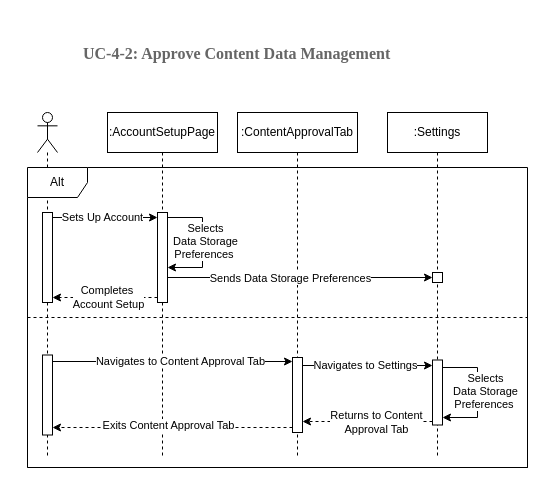
Earlier version of the draw.io diagram SENG 321/SQD4-2.drawio (amirabdullahi1/gold). Source tidied: cells renumbered, new cells numbered last; positions are measured from the earlier drawing's top-left corner, leaving out a move shared by most shapes. Both pictures are drawn from the tidied source at 100%, with x=0, y=0 at pixel (17, 17).
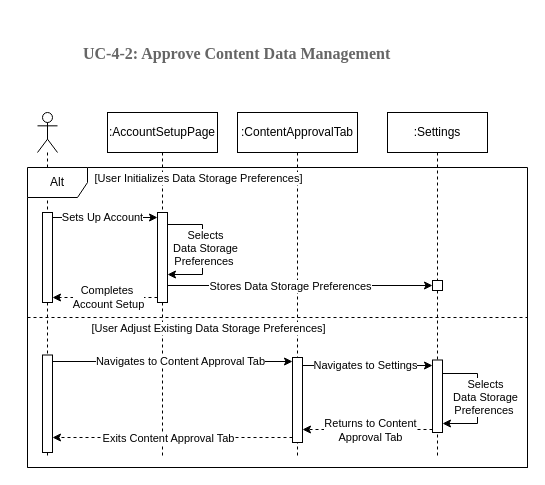
The same diagram, later.

The change refers to these unchanged cells:
```xml
<mxCell id="3" value=":ContentApprovalTab" style="shape=umlLifeline;perimeter=lifelinePerimeter;whiteSpace=wrap;html=1;newEdgeStyle={&quot;edgeStyle&quot;:&quot;elbowEdgeStyle&quot;,&quot;elbow&quot;:&quot;vertical&quot;,&quot;curved&quot;:0,&quot;rounded&quot;:0};" parent="1" vertex="1">
  <mxGeometry x="220" y="95" width="120" height="345" as="geometry" />
</mxCell>
<mxCell id="6" style="html=1;points=[[0,0,0,0,5],[0,1,0,0,-5],[1,0,0,0,5],[1,1,0,0,-5]];perimeter=orthogonalPerimeter;outlineConnect=0;targetShapes=umlLifeline;portConstraint=eastwest;newEdgeStyle={&quot;curved&quot;:0,&quot;rounded&quot;:0};" parent="5" vertex="1">
  <mxGeometry x="50" y="100" width="10" height="90" as="geometry" />
</mxCell>
<mxCell id="7" value=":Settings" style="shape=umlLifeline;perimeter=lifelinePerimeter;whiteSpace=wrap;html=1;newEdgeStyle={&quot;edgeStyle&quot;:&quot;elbowEdgeStyle&quot;,&quot;elbow&quot;:&quot;vertical&quot;,&quot;curved&quot;:0,&quot;rounded&quot;:0};" parent="1" vertex="1">
  <mxGeometry x="370" y="95" width="100" height="345" as="geometry" />
</mxCell>
<mxCell id="10" style="shape=umlLifeline;perimeter=lifelinePerimeter;whiteSpace=wrap;html=1;newEdgeStyle={&quot;curved&quot;:0,&quot;rounded&quot;:0};participant=umlActor;" parent="1" vertex="1">
  <mxGeometry x="20" y="95" width="20" height="345" as="geometry" />
</mxCell>
```

The edit, as a diff of the source:
```diff
@@
     <mxCell id="4" style="html=1;points=[[0,0,0,0,5],[0,1,0,0,-5],[1,0,0,0,5],[1,1,0,0,-5]];perimeter=orthogonalPerimeter;outlineConnect=0;targetShapes=umlLifeline;portConstraint=eastwest;newEdgeStyle={&quot;curved&quot;:0,&quot;rounded&quot;:0};" parent="3" vertex="1">
-      <mxGeometry x="55" y="245" width="10" height="75" as="geometry" />
+      <mxGeometry x="55" y="245" width="10" height="85" as="geometry" />
     </mxCell>
@@
     <mxCell id="8" style="html=1;points=[[0,0,0,0,5],[0,1,0,0,-5],[1,0,0,0,5],[1,1,0,0,-5]];perimeter=orthogonalPerimeter;outlineConnect=0;targetShapes=umlLifeline;portConstraint=eastwest;newEdgeStyle={&quot;curved&quot;:0,&quot;rounded&quot;:0};" parent="7" vertex="1">
-      <mxGeometry x="45" y="160" width="10" height="10" as="geometry" />
+      <mxGeometry x="45" y="168" width="10" height="10" as="geometry" />
     </mxCell>
     <mxCell id="9" style="html=1;perimeter=orthogonalPerimeter;targetShapes=umlLifeline;newEdgeStyle={&quot;curved&quot;:0,&quot;rounded&quot;:0};" parent="7" vertex="1">
-      <mxGeometry x="45" y="247.5" width="10" height="65" as="geometry" />
+      <mxGeometry x="45" y="247.5" width="10" height="72.5" as="geometry" />
     </mxCell>
@@
     <mxCell id="12" style="html=1;points=[[0,0,0,0,5],[0,1,0,0,-5],[1,0,0,0,5],[1,1,0,0,-5]];perimeter=orthogonalPerimeter;outlineConnect=0;targetShapes=umlLifeline;portConstraint=eastwest;newEdgeStyle={&quot;curved&quot;:0,&quot;rounded&quot;:0};" parent="10" vertex="1">
-      <mxGeometry x="5" y="242.5" width="10" height="80" as="geometry" />
+      <mxGeometry x="5" y="242.5" width="10" height="97.5" as="geometry" />
     </mxCell>
@@
-    <mxCell id="16" style="edgeStyle=orthogonalEdgeStyle;rounded=0;jettySize=auto;html=1;curved=0;" parent="1" edge="1" source="6" target="8">
+    <mxCell id="16" style="edgeStyle=orthogonalEdgeStyle;rounded=0;orthogonalLoop=1;jettySize=auto;html=1;curved=0;" parent="1" edge="1">
       <mxGeometry relative="1" as="geometry">
+        <mxPoint x="150" y="268" as="sourcePoint" />
+        <mxPoint x="415" y="268" as="targetPoint" />
         <Array as="points">
-          <mxPoint x="280" y="260" />
-          <mxPoint x="280" y="260" />
+          <mxPoint x="280" y="268" />
+          <mxPoint x="280" y="268" />
         </Array>
       </mxGeometry>
     </mxCell>
-    <mxCell id="17" value="Sends Data Storage Preferences" style="edgeLabel;html=1;align=center;verticalAlign=middle;" parent="16" vertex="1">
+    <mxCell id="17" value="Stores Data Storage Preferences" style="edgeLabel;html=1;align=center;verticalAlign=middle;" parent="16" vertex="1">
       <mxGeometry x="-0.2" relative="1" as="geometry">
         <mxPoint x="16" as="offset" />
       </mxGeometry>
     </mxCell>
@@
     <mxCell id="22" style="edgeStyle=orthogonalEdgeStyle;rounded=0;orthogonalLoop=1;jettySize=auto;html=1;curved=0;" parent="1" edge="1">
       <mxGeometry relative="1" as="geometry">
-        <mxPoint x="425" y="350" as="sourcePoint" />
-        <mxPoint x="425" y="400" as="targetPoint" />
+        <mxPoint x="425" y="356" as="sourcePoint" />
+        <mxPoint x="425" y="406" as="targetPoint" />
         <Array as="points">
-          <mxPoint x="460" y="350" />
-          <mxPoint x="460" y="400" />
+          <mxPoint x="460" y="356" />
+          <mxPoint x="460" y="406" />
         </Array>
       </mxGeometry>
     </mxCell>
@@
     <mxCell id="26" style="edgeStyle=orthogonalEdgeStyle;rounded=0;orthogonalLoop=1;jettySize=auto;html=1;curved=0;" parent="1" edge="1">
       <mxGeometry relative="1" as="geometry">
-        <mxPoint x="150" y="200" as="sourcePoint" />
-        <mxPoint x="150" y="250" as="targetPoint" />
+        <mxPoint x="150" y="207" as="sourcePoint" />
+        <mxPoint x="150" y="257" as="targetPoint" />
         <Array as="points">
-          <mxPoint x="185" y="200" />
-          <mxPoint x="185" y="250" />
+          <mxPoint x="185" y="207" />
+          <mxPoint x="185" y="257" />
         </Array>
       </mxGeometry>
     </mxCell>
@@
     <mxCell id="28" style="edgeStyle=orthogonalEdgeStyle;rounded=0;orthogonalLoop=1;jettySize=auto;html=1;curved=0;dashed=1;" parent="1" edge="1">
       <mxGeometry relative="1" as="geometry">
-        <mxPoint x="415" y="404" as="sourcePoint" />
-        <mxPoint x="285" y="404" as="targetPoint" />
+        <mxPoint x="415" y="412" as="sourcePoint" />
+        <mxPoint x="285" y="412" as="targetPoint" />
         <Array as="points">
-          <mxPoint x="350" y="404" />
-          <mxPoint x="350" y="404" />
+          <mxPoint x="350" y="412" />
+          <mxPoint x="350" y="412" />
         </Array>
       </mxGeometry>
     </mxCell>
     <mxCell id="29" value="Returns to Content&lt;div&gt;Approval Tab&lt;/div&gt;" style="edgeLabel;html=1;align=center;verticalAlign=middle;" parent="28" vertex="1">
       <mxGeometry x="0.21" relative="1" as="geometry">
-        <mxPoint x="22" as="offset" />
+        <mxPoint x="16" as="offset" />
       </mxGeometry>
     </mxCell>
-    <mxCell id="30" style="edgeStyle=orthogonalEdgeStyle;rounded=0;jettySize=auto;html=1;curved=0;dashed=1;" parent="1" edge="1" source="4" target="12">
+    <mxCell id="30" style="edgeStyle=orthogonalEdgeStyle;rounded=0;orthogonalLoop=1;jettySize=auto;html=1;curved=0;dashed=1;" parent="1" edge="1">
       <mxGeometry relative="1" as="geometry">
+        <mxPoint x="275" y="420" as="sourcePoint" />
+        <mxPoint x="35" y="420" as="targetPoint" />
         <Array as="points">
-          <mxPoint x="160" y="410" />
-          <mxPoint x="160" y="410" />
+          <mxPoint x="160" y="420" />
+          <mxPoint x="160" y="420" />
         </Array>
       </mxGeometry>
     </mxCell>
     <mxCell id="31" value="Exits Content Approval Tab" style="edgeLabel;html=1;align=center;verticalAlign=middle;" parent="30" vertex="1">
       <mxGeometry x="-0.19" y="1" relative="1" as="geometry">
-        <mxPoint x="-28" y="-4" as="offset" />
+        <mxPoint x="-28" y="-1" as="offset" />
       </mxGeometry>
     </mxCell>
@@
+    <mxCell id="33" value="[User Initializes Data Storage Preferences]" style="edgeLabel;html=1;align=center;verticalAlign=middle;" parent="1" vertex="1">
+      <mxGeometry x="180" y="160" as="geometry" />
+    </mxCell>
+    <mxCell id="34" value="[User Adjust Existing Data Storage Preferences]" style="edgeLabel;html=1;align=center;verticalAlign=middle;" parent="1" vertex="1">
+      <mxGeometry x="190" y="310" as="geometry" />
+    </mxCell>
```
